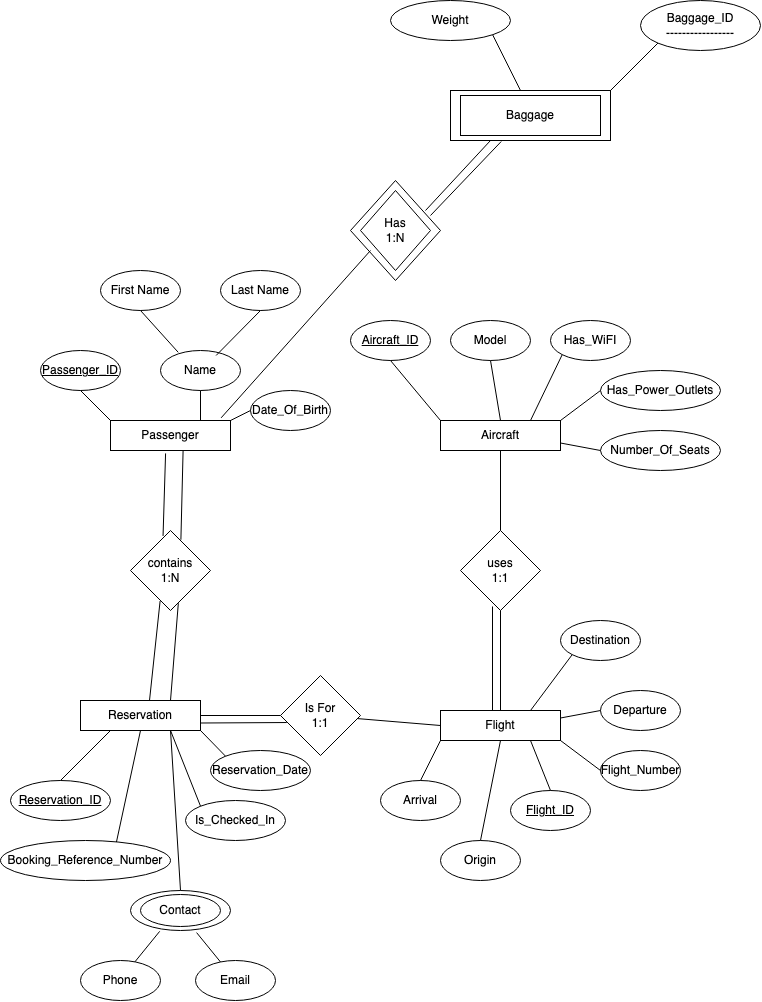
Above: diagrams/snoopy-airlines-eer.png in Persona5-Joker/4347-Database-Project-Snoopy-Airlines- (draw.io), before the change. Source tidied: cells renumbered, new cells last; positions are measured from the earlier drawing's top-left corner, leaving out a move shared by most shapes.
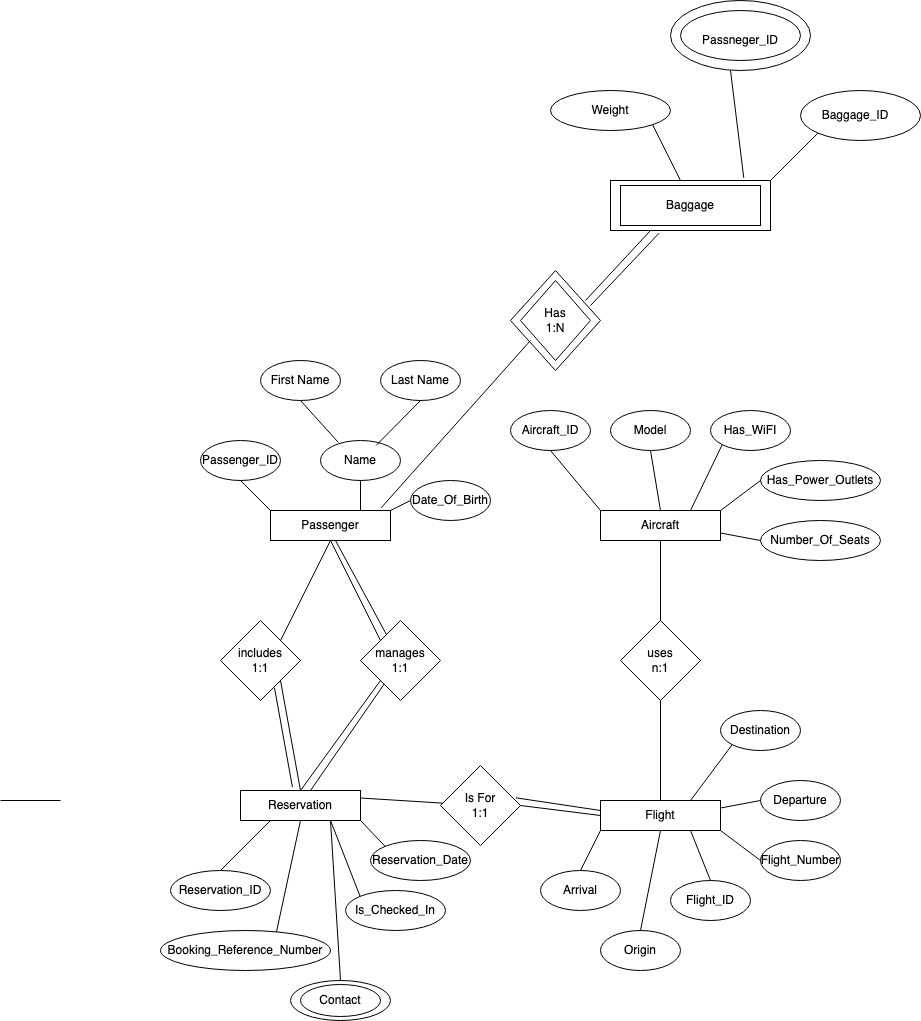
The same diagram one commit later.

Commit message:
updating eer diagram due to inaccurate relationship

Diff of the diagram source:
```diff
@@ -13,5 +13,5 @@
     </mxCell>
-    <mxCell id="5" value="uses&lt;div&gt;1:1&lt;/div&gt;" style="rhombus;whiteSpace=wrap;html=1;" parent="1" vertex="1">
-      <mxGeometry x="460" y="530" width="80" height="80" as="geometry" />
-    </mxCell>
+    <mxCell id="81" value="uses&lt;div&gt;n:1&lt;/div&gt;" style="rhombus;whiteSpace=wrap;html=1;" parent="1" vertex="1">
+      <mxGeometry x="460" y="530" width="80" height="80" as="geometry" />
+    </mxCell>
     <mxCell id="6" value="Reservation" style="rounded=0;whiteSpace=wrap;html=1;" parent="1" vertex="1">
@@ -19,5 +19,11 @@
     </mxCell>
-    <mxCell id="7" value="&lt;div&gt;contains&lt;/div&gt;&lt;div&gt;1:N&lt;/div&gt;" style="rhombus;whiteSpace=wrap;html=1;" parent="1" vertex="1">
-      <mxGeometry x="130" y="530" width="80" height="80" as="geometry" />
-    </mxCell>
+    <mxCell id="82" value="includes&lt;div&gt;1:1&lt;/div&gt;" style="rhombus;whiteSpace=wrap;html=1;" parent="1" vertex="1">
+      <mxGeometry x="60" y="530" width="80" height="80" as="geometry" />
+    </mxCell>
+    <mxCell id="83" style="endArrow=none;html=1;rounded=0;entryX=1;entryY=1;entryDx=0;entryDy=0;exitX=0.5;exitY=0;exitDx=0;exitDy=0;" parent="1" edge="1" source="6" target="82">
+      <mxGeometry relative="1" as="geometry" />
+    </mxCell>
+    <mxCell id="84" style="endArrow=none;html=1;rounded=0;entryX=0.5;entryY=1;entryDx=0;entryDy=0;exitX=1;exitY=0;exitDx=0;exitDy=0;" parent="1" edge="1" source="82" target="2">
+      <mxGeometry relative="1" as="geometry" />
+    </mxCell>
     <mxCell id="8" value="Is For&lt;div&gt;1:1&lt;/div&gt;" style="rhombus;whiteSpace=wrap;html=1;" parent="1" vertex="1">
@@ -25,15 +31,24 @@
     </mxCell>
-    <mxCell id="9" style="endArrow=none;html=1;rounded=0;exitX=1;exitY=0.5;exitDx=0;exitDy=0;" parent="1" edge="1" source="6" target="8">
-      <mxGeometry relative="1" as="geometry" />
-    </mxCell>
+    <mxCell id="85" style="endArrow=none;html=1;rounded=0;exitX=1;exitY=0.25;exitDx=0;exitDy=0;" parent="1" edge="1" source="6" target="8">
+      <mxGeometry relative="1" as="geometry" />
+    </mxCell>
-    <mxCell id="10" style="endArrow=none;html=1;rounded=0;entryX=0;entryY=0.5;entryDx=0;entryDy=0;" parent="1" edge="1" source="8" target="4">
+    <mxCell id="10" style="endArrow=none;html=1;rounded=0;entryX=0;entryY=0.5;entryDx=0;entryDy=0;exitX=1;exitY=0.5;exitDx=0;exitDy=0;" parent="1" edge="1" source="8" target="4">
       <mxGeometry relative="1" as="geometry" />
     </mxCell>
-    <mxCell id="11" style="endArrow=none;html=1;rounded=0;exitX=0.5;exitY=0;exitDx=0;exitDy=0;entryX=0.5;entryY=1;entryDx=0;entryDy=0;" parent="1" edge="1" source="4" target="5">
-      <mxGeometry relative="1" as="geometry" />
-    </mxCell>
-    <mxCell id="12" style="endArrow=none;html=1;rounded=0;entryX=0.5;entryY=1;entryDx=0;entryDy=0;exitX=0.5;exitY=0;exitDx=0;exitDy=0;" parent="1" edge="1" source="5" target="3">
-      <mxGeometry relative="1" as="geometry" />
-    </mxCell>
+    <mxCell id="86" style="endArrow=none;html=1;rounded=0;exitX=0.5;exitY=0;exitDx=0;exitDy=0;entryX=0.5;entryY=1;entryDx=0;entryDy=0;" parent="1" edge="1" source="4" target="81">
+      <mxGeometry relative="1" as="geometry" />
+    </mxCell>
+    <mxCell id="87" style="endArrow=none;html=1;rounded=0;entryX=0.5;entryY=1;entryDx=0;entryDy=0;exitX=0.5;exitY=0;exitDx=0;exitDy=0;" parent="1" edge="1" source="81" target="3">
+      <mxGeometry relative="1" as="geometry" />
+    </mxCell>
+    <mxCell id="88" value="manages&lt;div&gt;1:1&lt;/div&gt;" style="rhombus;whiteSpace=wrap;html=1;" parent="1" vertex="1">
+      <mxGeometry x="200" y="530" width="80" height="80" as="geometry" />
+    </mxCell>
+    <mxCell id="89" style="endArrow=none;html=1;rounded=0;entryX=0.5;entryY=1;entryDx=0;entryDy=0;exitX=0;exitY=0;exitDx=0;exitDy=0;" parent="1" edge="1" source="88" target="2">
+      <mxGeometry relative="1" as="geometry" />
+    </mxCell>
+    <mxCell id="90" style="endArrow=none;html=1;rounded=0;entryX=0.5;entryY=0;entryDx=0;entryDy=0;exitX=0;exitY=1;exitDx=0;exitDy=0;" parent="1" edge="1" source="88" target="6">
+      <mxGeometry relative="1" as="geometry" />
+    </mxCell>
-    <mxCell id="13" value="&lt;u&gt;Aircraft_ID&lt;/u&gt;" style="ellipse;whiteSpace=wrap;html=1;" parent="1" vertex="1">
+    <mxCell id="13" value="Aircraft_ID" style="ellipse;whiteSpace=wrap;html=1;" parent="1" vertex="1">
       <mxGeometry x="350" y="320" width="80" height="40" as="geometry" />
@@ -58,7 +73,7 @@
     </mxCell>
-    <mxCell id="20" style="endArrow=none;html=1;rounded=0;entryX=0;entryY=1;entryDx=0;entryDy=0;" parent="1" edge="1" target="15">
-      <mxGeometry relative="1" as="geometry">
-        <mxPoint x="530" y="420" as="sourcePoint" />
-      </mxGeometry>
-    </mxCell>
+    <mxCell id="91" style="endArrow=none;html=1;rounded=0;entryX=0;entryY=1;entryDx=0;entryDy=0;" parent="1" edge="1" target="15">
+      <mxGeometry relative="1" as="geometry">
+        <mxPoint x="530" y="420" as="sourcePoint" />
+      </mxGeometry>
+    </mxCell>
     <mxCell id="21" style="endArrow=none;html=1;rounded=0;entryX=0;entryY=0.5;entryDx=0;entryDy=0;exitX=1;exitY=0;exitDx=0;exitDy=0;" parent="1" edge="1" source="3" target="16">
@@ -69,3 +84,3 @@
     </mxCell>
-    <mxCell id="23" value="&lt;u&gt;Flight_ID&lt;/u&gt;" style="ellipse;whiteSpace=wrap;html=1;" parent="1" vertex="1">
+    <mxCell id="23" value="Flight_ID" style="ellipse;whiteSpace=wrap;html=1;" parent="1" vertex="1">
       <mxGeometry x="510" y="790" width="80" height="40" as="geometry" />
@@ -105,3 +120,3 @@
     </mxCell>
-    <mxCell id="35" value="&lt;u&gt;Reservation_ID&lt;/u&gt;" style="ellipse;whiteSpace=wrap;html=1;" parent="1" vertex="1">
+    <mxCell id="35" value="Reservation_ID" style="ellipse;whiteSpace=wrap;html=1;" parent="1" vertex="1">
       <mxGeometry x="10" y="780" width="100" height="40" as="geometry" />
@@ -129,3 +144,3 @@
     </mxCell>
-    <mxCell id="43" value="&lt;u&gt;Passenger_ID&lt;/u&gt;" style="ellipse;whiteSpace=wrap;html=1;" parent="1" vertex="1">
+    <mxCell id="43" value="Passenger_ID" style="ellipse;whiteSpace=wrap;html=1;" parent="1" vertex="1">
       <mxGeometry x="40" y="350" width="80" height="40" as="geometry" />
@@ -141,12 +156,12 @@
     </mxCell>
-    <mxCell id="47" style="endArrow=none;html=1;rounded=0;entryX=0.5;entryY=1;entryDx=0;entryDy=0;exitX=0.182;exitY=-0.019;exitDx=0;exitDy=0;exitPerimeter=0;" parent="1" edge="1" target="45">
-      <mxGeometry relative="1" as="geometry">
-        <mxPoint x="177.7" y="351.8" as="sourcePoint" />
-      </mxGeometry>
-    </mxCell>
-    <mxCell id="48" style="endArrow=none;html=1;rounded=0;entryX=0.5;entryY=1;entryDx=0;entryDy=0;exitX=0.723;exitY=0.071;exitDx=0;exitDy=0;exitPerimeter=0;" parent="1" edge="1" target="46">
-      <mxGeometry relative="1" as="geometry">
-        <mxPoint x="215.6" y="355" as="sourcePoint" />
-      </mxGeometry>
-    </mxCell>
+    <mxCell id="92" style="endArrow=none;html=1;rounded=0;entryX=0.5;entryY=1;entryDx=0;entryDy=0;exitX=0.182;exitY=-0.019;exitDx=0;exitDy=0;exitPerimeter=0;" parent="1" edge="1" target="45">
+      <mxGeometry relative="1" as="geometry">
+        <mxPoint x="177.7" y="351.8" as="sourcePoint" />
+      </mxGeometry>
+    </mxCell>
+    <mxCell id="93" style="endArrow=none;html=1;rounded=0;entryX=0.5;entryY=1;entryDx=0;entryDy=0;exitX=0.723;exitY=0.071;exitDx=0;exitDy=0;exitPerimeter=0;" parent="1" edge="1" target="46">
+      <mxGeometry relative="1" as="geometry">
+        <mxPoint x="215.6" y="355" as="sourcePoint" />
+      </mxGeometry>
+    </mxCell>
     <mxCell id="49" value="Date_Of_Birth" style="ellipse;whiteSpace=wrap;html=1;" parent="1" vertex="1">
@@ -157,7 +172,7 @@
     </mxCell>
-    <mxCell id="51" style="endArrow=none;html=1;rounded=0;entryX=0.5;entryY=1;entryDx=0;entryDy=0;" parent="1" edge="1" target="44">
-      <mxGeometry relative="1" as="geometry">
-        <mxPoint x="200" y="420" as="sourcePoint" />
-      </mxGeometry>
-    </mxCell>
+    <mxCell id="94" style="endArrow=none;html=1;rounded=0;entryX=0.5;entryY=1;entryDx=0;entryDy=0;" parent="1" edge="1" target="44">
+      <mxGeometry relative="1" as="geometry">
+        <mxPoint x="200" y="420" as="sourcePoint" />
+      </mxGeometry>
+    </mxCell>
     <mxCell id="52" style="endArrow=none;html=1;rounded=0;entryX=0.5;entryY=1;entryDx=0;entryDy=0;exitX=0;exitY=0;exitDx=0;exitDy=0;" parent="1" edge="1" source="2" target="43">
@@ -168,5 +183,5 @@
     </mxCell>
-    <mxCell id="54" style="ellipse;whiteSpace=wrap;html=1;fillColor=none;" parent="1" vertex="1">
-      <mxGeometry x="140" y="894" width="80" height="32" as="geometry" />
-    </mxCell>
+    <mxCell id="95" style="ellipse;whiteSpace=wrap;html=1;fillColor=none;" parent="1" vertex="1">
+      <mxGeometry x="140" y="894" width="80" height="32" as="geometry" />
+    </mxCell>
     <mxCell id="55" style="endArrow=none;html=1;rounded=0;exitX=0.5;exitY=0;exitDx=0;exitDy=0;entryX=0.75;entryY=1;entryDx=0;entryDy=0;" parent="1" edge="1" source="53" target="6">
@@ -174,20 +189,44 @@
     </mxCell>
-    <mxCell id="56" style="rounded=0;whiteSpace=wrap;html=1;" parent="1" vertex="1">
-      <mxGeometry x="450" y="90" width="160" height="50" as="geometry" />
-    </mxCell>
-    <mxCell id="57" style="endArrow=none;html=1;rounded=0;" parent="1" edge="1">
-      <mxGeometry relative="1" as="geometry">
-        <mxPoint x="610" y="90" as="sourcePoint" />
-        <mxPoint x="660" y="40" as="targetPoint" />
-      </mxGeometry>
-    </mxCell>
-    <mxCell id="58" style="ellipse;whiteSpace=wrap;html=1;" parent="1" vertex="1">
-      <mxGeometry x="640" width="120" height="50" as="geometry" />
-    </mxCell>
-    <mxCell id="59" value="Baggage_ID&lt;br&gt;-----------------" style="text;strokeColor=none;align=center;fillColor=none;html=1;verticalAlign=middle;whiteSpace=wrap;rounded=0;dashed=1;" parent="1" vertex="1">
-      <mxGeometry x="655" y="10" width="90" height="30" as="geometry" />
-    </mxCell>
-    <mxCell id="60" style="rounded=0;whiteSpace=wrap;html=1;" parent="1" vertex="1">
-      <mxGeometry x="460" y="95" width="140" height="40" as="geometry" />
-    </mxCell>
+    <mxCell id="96" style="endArrow=none;html=1;rounded=0;" parent="1" edge="1" target="88">
+      <mxGeometry relative="1" as="geometry">
+        <mxPoint x="150" y="700" as="sourcePoint" />
+      </mxGeometry>
+    </mxCell>
+    <mxCell id="97" style="endArrow=none;html=1;rounded=0;" parent="1" edge="1" source="88">
+      <mxGeometry relative="1" as="geometry">
+        <mxPoint x="175" y="450" as="targetPoint" />
+      </mxGeometry>
+    </mxCell>
+    <mxCell id="98" style="rounded=0;whiteSpace=wrap;html=1;" parent="1" vertex="1">
+      <mxGeometry x="450" y="90" width="160" height="50" as="geometry" />
+    </mxCell>
+    <mxCell id="99" style="endArrow=none;html=1;rounded=0;" parent="1" edge="1">
+      <mxGeometry relative="1" as="geometry">
+        <mxPoint x="610" y="90" as="sourcePoint" />
+        <mxPoint x="660" y="40" as="targetPoint" />
+      </mxGeometry>
+    </mxCell>
+    <mxCell id="100" style="ellipse;whiteSpace=wrap;html=1;" parent="1" vertex="1">
+      <mxGeometry x="640" width="120" height="50" as="geometry" />
+    </mxCell>
+    <mxCell id="101" value="Baggage_ID" style="text;strokeColor=none;align=center;fillColor=none;html=1;verticalAlign=middle;whiteSpace=wrap;rounded=0;" parent="1" vertex="1">
+      <mxGeometry x="650" y="10" width="90" height="30" as="geometry" />
+    </mxCell>
+    <mxCell id="102" style="endArrow=none;html=1;rounded=0;exitX=0.833;exitY=-0.053;exitDx=0;exitDy=0;exitPerimeter=0;" parent="1" edge="1" source="98">
+      <mxGeometry relative="1" as="geometry">
+        <mxPoint x="570" y="-20" as="targetPoint" />
+      </mxGeometry>
+    </mxCell>
+    <mxCell id="103" style="ellipse;whiteSpace=wrap;html=1;" parent="1" vertex="1">
+      <mxGeometry x="510" y="-90" width="140" height="70" as="geometry" />
+    </mxCell>
+    <mxCell id="104" style="ellipse;whiteSpace=wrap;html=1;" parent="1" vertex="1">
+      <mxGeometry x="520" y="-80" width="120" height="50" as="geometry" />
+    </mxCell>
+    <mxCell id="105" value="Passneger_ID" style="text;strokeColor=none;align=center;fillColor=none;html=1;verticalAlign=middle;whiteSpace=wrap;rounded=0;" parent="1" vertex="1">
+      <mxGeometry x="540" y="-70" width="80" height="40" as="geometry" />
+    </mxCell>
+    <mxCell id="106" style="rounded=0;whiteSpace=wrap;html=1;" parent="1" vertex="1">
+      <mxGeometry x="460" y="95" width="140" height="40" as="geometry" />
+    </mxCell>
     <mxCell id="61" value="Baggage" style="text;strokeColor=none;align=center;fillColor=none;html=1;verticalAlign=middle;whiteSpace=wrap;rounded=0;" parent="1" vertex="1">
@@ -195,8 +234,8 @@
     </mxCell>
-    <mxCell id="62" style="rhombus;whiteSpace=wrap;html=1;" parent="1" vertex="1">
-      <mxGeometry x="350" y="180" width="90" height="100" as="geometry" />
-    </mxCell>
-    <mxCell id="63" style="rhombus;whiteSpace=wrap;html=1;" parent="1" vertex="1">
-      <mxGeometry x="360" y="190" width="70" height="80" as="geometry" />
-    </mxCell>
+    <mxCell id="107" style="rhombus;whiteSpace=wrap;html=1;" parent="1" vertex="1">
+      <mxGeometry x="350" y="180" width="90" height="100" as="geometry" />
+    </mxCell>
+    <mxCell id="108" style="rhombus;whiteSpace=wrap;html=1;" parent="1" vertex="1">
+      <mxGeometry x="360" y="190" width="70" height="80" as="geometry" />
+    </mxCell>
     <mxCell id="64" value="Has&lt;div&gt;1:N&lt;/div&gt;" style="text;strokeColor=none;align=center;fillColor=none;html=1;verticalAlign=middle;whiteSpace=wrap;rounded=0;" parent="1" vertex="1">
@@ -204,22 +243,22 @@
     </mxCell>
-    <mxCell id="65" style="endArrow=none;html=1;rounded=0;exitX=0.922;exitY=-0.089;exitDx=0;exitDy=0;exitPerimeter=0;" parent="1" edge="1" source="2">
-      <mxGeometry relative="1" as="geometry">
-        <mxPoint x="370" y="250" as="targetPoint" />
-      </mxGeometry>
-    </mxCell>
-    <mxCell id="66" style="endArrow=none;html=1;rounded=0;" parent="1" edge="1">
-      <mxGeometry relative="1" as="geometry">
-        <mxPoint x="425" y="210" as="sourcePoint" />
-        <mxPoint x="490" y="140" as="targetPoint" />
-      </mxGeometry>
-    </mxCell>
-    <mxCell id="67" style="endArrow=none;html=1;rounded=0;" parent="1" edge="1">
-      <mxGeometry relative="1" as="geometry">
-        <mxPoint x="520" y="90" as="sourcePoint" />
-        <mxPoint x="490" y="30" as="targetPoint" />
-      </mxGeometry>
-    </mxCell>
-    <mxCell id="68" style="ellipse;whiteSpace=wrap;html=1;" parent="1" vertex="1">
-      <mxGeometry x="390" width="120" height="40" as="geometry" />
-    </mxCell>
+    <mxCell id="109" style="endArrow=none;html=1;rounded=0;exitX=0.922;exitY=-0.089;exitDx=0;exitDy=0;exitPerimeter=0;" parent="1" edge="1" source="2">
+      <mxGeometry relative="1" as="geometry">
+        <mxPoint x="370" y="250" as="targetPoint" />
+      </mxGeometry>
+    </mxCell>
+    <mxCell id="110" style="endArrow=none;html=1;rounded=0;" parent="1" edge="1">
+      <mxGeometry relative="1" as="geometry">
+        <mxPoint x="425" y="210" as="sourcePoint" />
+        <mxPoint x="490" y="140" as="targetPoint" />
+      </mxGeometry>
+    </mxCell>
+    <mxCell id="111" style="endArrow=none;html=1;rounded=0;" parent="1" edge="1">
+      <mxGeometry relative="1" as="geometry">
+        <mxPoint x="520" y="90" as="sourcePoint" />
+        <mxPoint x="490" y="30" as="targetPoint" />
+      </mxGeometry>
+    </mxCell>
+    <mxCell id="112" style="ellipse;whiteSpace=wrap;html=1;" parent="1" vertex="1">
+      <mxGeometry x="390" width="120" height="40" as="geometry" />
+    </mxCell>
     <mxCell id="69" value="Weight" style="text;strokeColor=none;align=center;fillColor=none;html=1;verticalAlign=middle;whiteSpace=wrap;rounded=0;" parent="1" vertex="1">
@@ -227,42 +266,21 @@
     </mxCell>
-    <mxCell id="70" style="endArrow=none;html=1;rounded=0;entryX=0.317;entryY=1.02;entryDx=0;entryDy=0;entryPerimeter=0;" parent="1" edge="1" target="56">
-      <mxGeometry relative="1" as="geometry">
-        <mxPoint x="430" y="215" as="sourcePoint" />
-      </mxGeometry>
-    </mxCell>
-    <mxCell id="71" style="endArrow=none;html=1;rounded=0;exitX=1;exitY=0.75;exitDx=0;exitDy=0;entryX=0.078;entryY=0.588;entryDx=0;entryDy=0;entryPerimeter=0;" parent="1" edge="1" source="6" target="8">
-      <mxGeometry relative="1" as="geometry" />
-    </mxCell>
-    <mxCell id="72" style="endArrow=none;html=1;rounded=0;" parent="1" edge="1">
-      <mxGeometry relative="1" as="geometry">
-        <mxPoint x="492" y="710" as="sourcePoint" />
-        <mxPoint x="492" y="606" as="targetPoint" />
-      </mxGeometry>
-    </mxCell>
-    <mxCell id="73" style="endArrow=none;html=1;rounded=0;entryX=0.37;entryY=0.882;entryDx=0;entryDy=0;entryPerimeter=0;" parent="1" edge="1" target="7">
-      <mxGeometry relative="1" as="geometry">
-        <mxPoint x="149" y="700" as="sourcePoint" />
-      </mxGeometry>
-    </mxCell>
-    <mxCell id="74" style="endArrow=none;html=1;rounded=0;entryX=0.598;entryY=0.909;entryDx=0;entryDy=0;entryPerimeter=0;exitX=0.75;exitY=0;exitDx=0;exitDy=0;" parent="1" edge="1" source="6" target="7">
-      <mxGeometry relative="1" as="geometry" />
-    </mxCell>
-    <mxCell id="75" style="endArrow=none;html=1;rounded=0;entryX=0.459;entryY=1.097;entryDx=0;entryDy=0;entryPerimeter=0;exitX=0.407;exitY=0.068;exitDx=0;exitDy=0;exitPerimeter=0;" parent="1" edge="1" source="7" target="2">
-      <mxGeometry relative="1" as="geometry" />
-    </mxCell>
-    <mxCell id="76" style="endArrow=none;html=1;rounded=0;entryX=0.605;entryY=0.998;entryDx=0;entryDy=0;entryPerimeter=0;exitX=0.63;exitY=0.116;exitDx=0;exitDy=0;exitPerimeter=0;" parent="1" edge="1" source="7" target="2">
-      <mxGeometry relative="1" as="geometry" />
-    </mxCell>
-    <mxCell id="77" value="Phone" style="ellipse;whiteSpace=wrap;html=1;" parent="1" vertex="1">
-      <mxGeometry x="80" y="960" width="80" height="40" as="geometry" />
-    </mxCell>
-    <mxCell id="78" value="Email" style="ellipse;whiteSpace=wrap;html=1;" parent="1" vertex="1">
-      <mxGeometry x="195" y="960" width="80" height="40" as="geometry" />
-    </mxCell>
-    <mxCell id="79" style="endArrow=none;html=1;rounded=0;entryX=0.292;entryY=1.021;entryDx=0;entryDy=0;entryPerimeter=0;" parent="1" edge="1" source="77" target="53">
-      <mxGeometry relative="1" as="geometry" />
-    </mxCell>
-    <mxCell id="80" style="endArrow=none;html=1;rounded=0;entryX=0.661;entryY=1.053;entryDx=0;entryDy=0;entryPerimeter=0;" parent="1" edge="1" source="78" target="53">
-      <mxGeometry relative="1" as="geometry" />
-    </mxCell>
+    <mxCell id="113" style="endArrow=none;html=1;rounded=0;entryX=0.304;entryY=1.053;entryDx=0;entryDy=0;entryPerimeter=0;" parent="1" edge="1" target="98">
+      <mxGeometry relative="1" as="geometry">
+        <mxPoint x="430" y="215" as="sourcePoint" />
+      </mxGeometry>
+    </mxCell>
+    <mxCell id="114" style="endArrow=none;html=1;rounded=0;" parent="1" edge="1">
+      <mxGeometry relative="1" as="geometry">
+        <mxPoint x="-160" y="710" as="sourcePoint" />
+        <mxPoint x="-100" y="710" as="targetPoint" />
+      </mxGeometry>
+    </mxCell>
+    <mxCell id="115" style="endArrow=none;html=1;rounded=0;exitX=0.942;exitY=0.404;exitDx=0;exitDy=0;exitPerimeter=0;" parent="1" edge="1" source="8">
+      <mxGeometry relative="1" as="geometry">
+        <mxPoint x="440" y="720" as="targetPoint" />
+      </mxGeometry>
+    </mxCell>
+    <mxCell id="116" style="endArrow=none;html=1;rounded=0;exitX=0.433;exitY=-0.111;exitDx=0;exitDy=0;exitPerimeter=0;entryX=0.675;entryY=0.842;entryDx=0;entryDy=0;entryPerimeter=0;" parent="1" edge="1" source="6" target="82">
+      <mxGeometry relative="1" as="geometry" />
+    </mxCell>
   </root>
```
